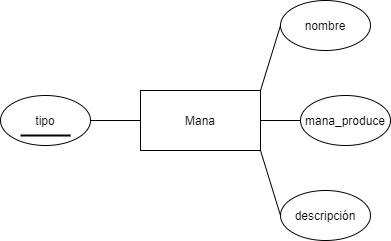
Earlier version of the draw.io export imagenes/relaciones-entidades/entidad-mana.png (crislemen/MagicDB). Source tidied: cells renumbered, new cells last; positions are measured from the earlier drawing's top-left corner, leaving out a move shared by most shapes.
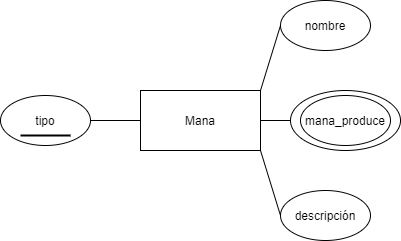
Later version of the same file.

Commit message:
Añadida imagen de la entidad mana

What changed in the source:
```diff
@@ -23,7 +23,7 @@
     <mxCell id="8" style="endArrow=none;html=1;exitX=1;exitY=0;exitDx=0;exitDy=0;entryX=0;entryY=0.5;entryDx=0;entryDy=0;" parent="1" edge="1" source="2" target="4">
       <mxGeometry relative="1" as="geometry" />
     </mxCell>
-    <mxCell id="9" style="endArrow=none;html=1;entryX=0;entryY=0.5;entryDx=0;entryDy=0;exitX=1;exitY=0.5;exitDx=0;exitDy=0;" parent="1" edge="1" source="2" target="5">
+    <mxCell id="9" style="endArrow=none;html=1;entryX=0;entryY=0.5;entryDx=0;entryDy=0;exitX=1;exitY=0.5;exitDx=0;exitDy=0;" parent="1" edge="1" source="2" target="12">
       <mxGeometry relative="1" as="geometry" />
     </mxCell>
     <mxCell id="10" style="endArrow=none;html=1;entryX=0;entryY=0.5;entryDx=0;entryDy=0;exitX=1;exitY=1;exitDx=0;exitDy=0;" parent="1" edge="1" source="2" target="6">
@@ -32,5 +32,8 @@
     <mxCell id="11" style="line;strokeWidth=2;html=1;" parent="1" vertex="1">
       <mxGeometry x="20" y="130" width="50" height="10" as="geometry" />
     </mxCell>
+    <mxCell id="12" style="ellipse;whiteSpace=wrap;html=1;fillColor=none;" parent="1" vertex="1">
+      <mxGeometry x="290" y="90" width="110" height="60" as="geometry" />
+    </mxCell>
   </root>
 </mxGraphModel>
```
